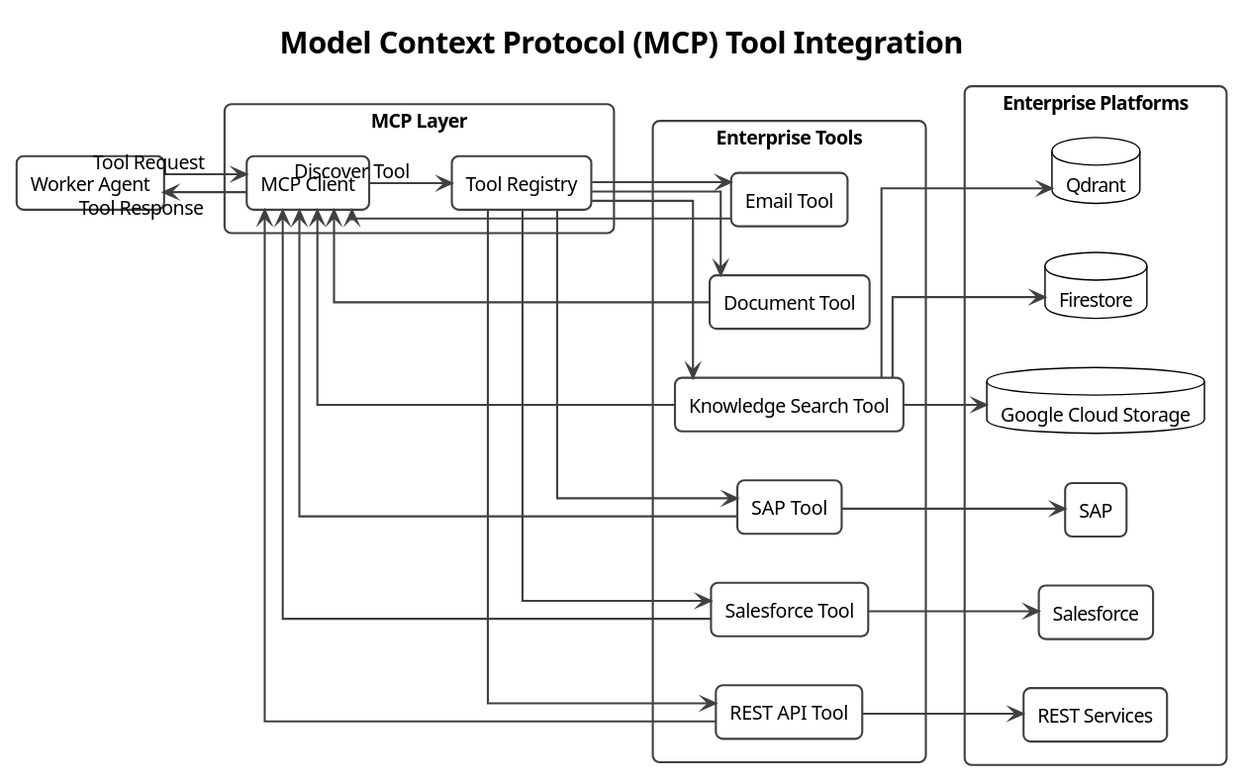
Earlier version of the PlantUML export docs/diagrams/ai/04-mcp-tool-integration.svg (pjagdaley/enterprise-ai-orchestration-platform). Its diagram source:
```plantuml
@startuml
title Enterprise AI Orchestration Platform
title Model Context Protocol (MCP) Tool Integration

!theme plain

left to right direction

skinparam backgroundColor white
skinparam shadowing false
skinparam linetype ortho
skinparam packageStyle rectangle

skinparam defaultFontName Segoe UI
skinparam defaultFontSize 14

skinparam RectangleBorderColor #404040
skinparam RectangleBorderThickness 1.5
skinparam RectangleRoundCorner 10

skinparam PackageBorderColor #404040
skinparam PackageBorderThickness 2

skinparam ArrowThickness 1.5
skinparam ArrowColor #404040

rectangle "Worker Agent" as Worker

package "MCP Layer" {

    rectangle "MCP Client" as MCPClient

    rectangle "Tool Registry" as ToolRegistry

}

package "Enterprise Tools" {

    rectangle "Knowledge Search Tool" as KnowledgeTool

    rectangle "SAP Tool" as SAPTool

    rectangle "Salesforce Tool" as SalesforceTool

    rectangle "REST API Tool" as RestTool

    rectangle "Email Tool" as EmailTool

    rectangle "Document Tool" as DocumentTool

}

package "Enterprise Platforms" {

    database "Qdrant" as Qdrant

    database "Firestore" as Firestore

    database "Google Cloud Storage" as GCS

    rectangle "SAP" as SAP

    rectangle "Salesforce" as Salesforce

    rectangle "REST Services" as RestServices

}

Worker --> MCPClient : Tool Request

MCPClient --> ToolRegistry : Discover Tool

ToolRegistry --> KnowledgeTool

ToolRegistry --> SAPTool

ToolRegistry --> SalesforceTool

ToolRegistry --> RestTool

ToolRegistry --> EmailTool

ToolRegistry --> DocumentTool

KnowledgeTool --> Qdrant
KnowledgeTool --> Firestore
KnowledgeTool --> GCS

SAPTool --> SAP

SalesforceTool --> Salesforce

RestTool --> RestServices

KnowledgeTool --> MCPClient
SAPTool --> MCPClient
SalesforceTool --> MCPClient
RestTool --> MCPClient
EmailTool --> MCPClient
DocumentTool --> MCPClient

MCPClient --> Worker : Tool Response
@enduml
```
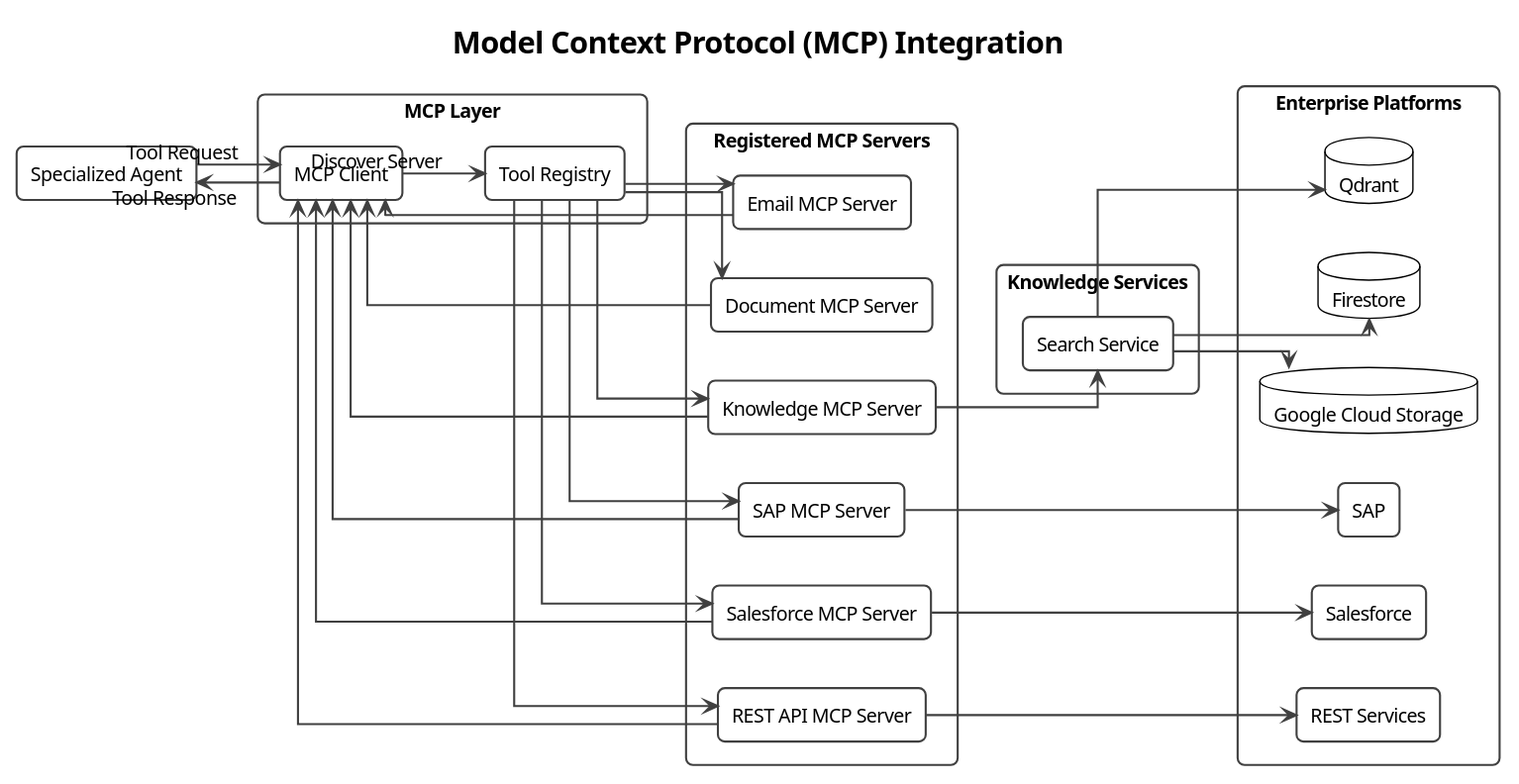
After the change.

Diff of the diagram source:
```diff
@@ -1,8 +1,9 @@
 @startuml
-title Enterprise AI Orchestration Platform
-title Model Context Protocol (MCP) Tool Integration
 
 !theme plain
+
+title Enterprise AI Orchestration Platform
+title Model Context Protocol (MCP) Integration
 
 left to right direction
 
@@ -24,7 +25,9 @@
 skinparam ArrowThickness 1.5
 skinparam ArrowColor #404040
 
-rectangle "Worker Agent" as Worker
+
+rectangle "Specialized Agent" as Agent
+
 
 package "MCP Layer" {
 
@@ -34,21 +37,30 @@
 
 }
 
-package "Enterprise Tools" {
 
-    rectangle "Knowledge Search Tool" as KnowledgeTool
+package "Registered MCP Servers" {
 
-    rectangle "SAP Tool" as SAPTool
+    rectangle "Knowledge MCP Server" as KnowledgeMCP
 
-    rectangle "Salesforce Tool" as SalesforceTool
+    rectangle "SAP MCP Server" as SAPMCP
 
-    rectangle "REST API Tool" as RestTool
+    rectangle "Salesforce MCP Server" as SalesforceMCP
 
-    rectangle "Email Tool" as EmailTool
+    rectangle "REST API MCP Server" as RestMCP
 
-    rectangle "Document Tool" as DocumentTool
+    rectangle "Email MCP Server" as EmailMCP
+
+    rectangle "Document MCP Server" as DocumentMCP
 
 }
+
+
+package "Knowledge Services" {
+
+    rectangle "Search Service" as Search
+
+}
+
 
 package "Enterprise Platforms" {
 
@@ -66,38 +78,36 @@
 
 }
 
-Worker --> MCPClient : Tool Request
 
-MCPClient --> ToolRegistry : Discover Tool
+Agent --> MCPClient : Tool Request
 
-ToolRegistry --> KnowledgeTool
+MCPClient --> ToolRegistry : Discover Server
 
-ToolRegistry --> SAPTool
+ToolRegistry --> KnowledgeMCP
+ToolRegistry --> SAPMCP
+ToolRegistry --> SalesforceMCP
+ToolRegistry --> RestMCP
+ToolRegistry --> EmailMCP
+ToolRegistry --> DocumentMCP
 
-ToolRegistry --> SalesforceTool
+KnowledgeMCP --> Search
 
-ToolRegistry --> RestTool
+Search --> Qdrant
+Search --> Firestore
+Search --> GCS
 
-ToolRegistry --> EmailTool
+SAPMCP --> SAP
 
-ToolRegistry --> DocumentTool
+SalesforceMCP --> Salesforce
 
-KnowledgeTool --> Qdrant
-KnowledgeTool --> Firestore
-KnowledgeTool --> GCS
+RestMCP --> RestServices
 
-SAPTool --> SAP
+KnowledgeMCP --> MCPClient
+SAPMCP --> MCPClient
+SalesforceMCP --> MCPClient
+RestMCP --> MCPClient
+EmailMCP --> MCPClient
+DocumentMCP --> MCPClient
 
-SalesforceTool --> Salesforce
-
-RestTool --> RestServices
-
-KnowledgeTool --> MCPClient
-SAPTool --> MCPClient
-SalesforceTool --> MCPClient
-RestTool --> MCPClient
-EmailTool --> MCPClient
-DocumentTool --> MCPClient
-
-MCPClient --> Worker : Tool Response
+MCPClient --> Agent : Tool Response
 @enduml
```
